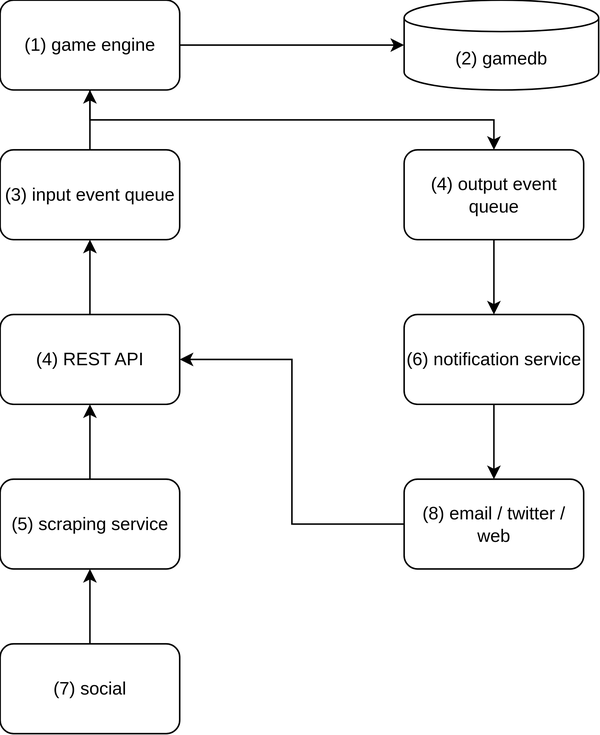
The draw.io diagram stopthevirus_architecture1.svg in un7c0rn/stopthevirus, before a commit. Source tidied: cells renumbered, new cells last; positions are measured from the earlier drawing's top-left corner, leaving out a move shared by most shapes.
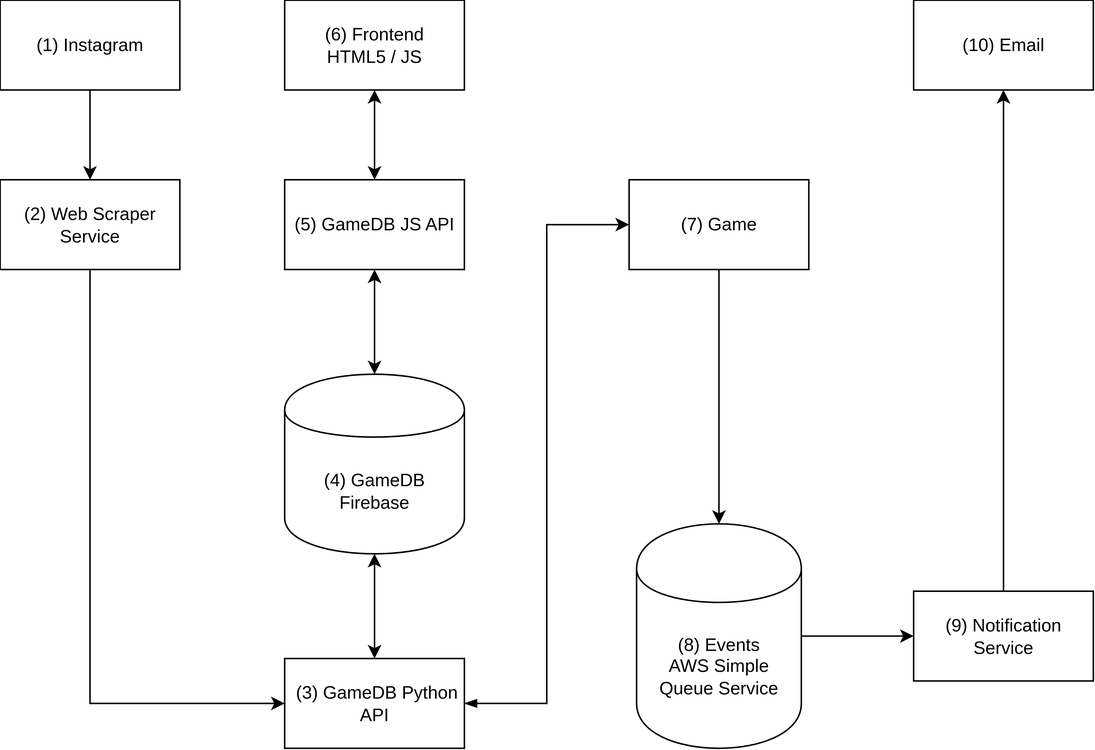
Later version of the same file.

Commit message:
Updated architecture diagram.

The edit, as a diff of the source:
```diff
@@ -2,59 +2,62 @@
   <root>
     <mxCell id="0" />
     <mxCell id="1" parent="0" />
-    <mxCell id="2" style="edgeStyle=orthogonalEdgeStyle;rounded=0;jettySize=auto;html=1;exitX=1;exitY=0.5;exitDx=0;exitDy=0;entryX=0;entryY=0.5;entryDx=0;entryDy=0;" parent="1" edge="1" source="4" target="5">
+    <mxCell id="2" style="edgeStyle=orthogonalEdgeStyle;rounded=0;jettySize=auto;html=1;exitX=0.5;exitY=1;exitDx=0;exitDy=0;entryX=0.5;entryY=0;entryDx=0;entryDy=0;startArrow=classic;startFill=1;" parent="1" edge="1" source="3" target="7">
       <mxGeometry relative="1" as="geometry" />
     </mxCell>
-    <mxCell id="3" style="edgeStyle=orthogonalEdgeStyle;rounded=0;jettySize=auto;html=1;exitX=0.5;exitY=1;exitDx=0;exitDy=0;" parent="1" edge="1" source="4" target="9">
-      <mxGeometry relative="1" as="geometry" />
+    <mxCell id="3" value="(4) GameDB&lt;br&gt;Firebase" style="shape=cylinder;whiteSpace=wrap;html=1;boundedLbl=1;backgroundOutline=1;" parent="1" vertex="1">
+      <mxGeometry x="170" y="220" width="120" height="120" as="geometry" />
     </mxCell>
-    <mxCell id="4" value="(1) game engine" style="rounded=1;whiteSpace=wrap;html=1;" parent="1" vertex="1">
-      <mxGeometry width="120" height="60" as="geometry" />
+    <mxCell id="4" style="edgeStyle=none;rounded=0;jettySize=auto;html=1;exitX=1;exitY=0.5;exitDx=0;exitDy=0;entryX=0;entryY=0.5;entryDx=0;entryDy=0;startArrow=none;startFill=0;" parent="1" edge="1" source="5" target="20">
+      <mxGeometry relative="1" as="geometry" />
     </mxCell>
-    <mxCell id="5" value="(2) gamedb" style="shape=cylinder;whiteSpace=wrap;html=1;boundedLbl=1;backgroundOutline=1;" parent="1" vertex="1">
-      <mxGeometry x="270" width="130" height="60" as="geometry" />
+    <mxCell id="5" value="(8) Events&lt;br&gt;AWS Simple&lt;br&gt;Queue Service" style="shape=cylinder;whiteSpace=wrap;html=1;boundedLbl=1;backgroundOutline=1;" parent="1" vertex="1">
+      <mxGeometry x="405" y="320" width="110" height="150" as="geometry" />
     </mxCell>
-    <mxCell id="6" style="edgeStyle=orthogonalEdgeStyle;rounded=0;jettySize=auto;html=1;exitX=0.5;exitY=0;exitDx=0;exitDy=0;entryX=0.5;entryY=1;entryDx=0;entryDy=0;" parent="1" edge="1" source="7" target="4">
+    <mxCell id="6" style="edgeStyle=orthogonalEdgeStyle;rounded=0;jettySize=auto;html=1;exitX=1;exitY=0.5;exitDx=0;exitDy=0;entryX=0;entryY=0.5;entryDx=0;entryDy=0;startArrow=blockThin;startFill=1;" parent="1" edge="1" source="7" target="9">
       <mxGeometry relative="1" as="geometry" />
     </mxCell>
-    <mxCell id="7" value="(3) input event queue" style="rounded=1;whiteSpace=wrap;html=1;" parent="1" vertex="1">
-      <mxGeometry y="100" width="120" height="60" as="geometry" />
+    <mxCell id="7" value="&amp;nbsp;(3) GameDB Python API" style="rounded=0;whiteSpace=wrap;html=1;" parent="1" vertex="1">
+      <mxGeometry x="170" y="410" width="120" height="60" as="geometry" />
     </mxCell>
-    <mxCell id="8" style="edgeStyle=orthogonalEdgeStyle;rounded=0;jettySize=auto;html=1;exitX=0.5;exitY=1;exitDx=0;exitDy=0;entryX=0.5;entryY=0;entryDx=0;entryDy=0;" parent="1" edge="1" source="9" target="15">
+    <mxCell id="8" style="rounded=0;jettySize=auto;html=1;exitX=0.5;exitY=1;exitDx=0;exitDy=0;entryX=0.5;entryY=0;entryDx=0;entryDy=0;startArrow=none;startFill=0;" parent="1" edge="1" source="9" target="5">
       <mxGeometry relative="1" as="geometry" />
     </mxCell>
-    <mxCell id="9" value="(4) output event queue" style="rounded=1;whiteSpace=wrap;html=1;" parent="1" vertex="1">
-      <mxGeometry x="270" y="100" width="120" height="60" as="geometry" />
+    <mxCell id="9" value="(7) Game" style="rounded=0;whiteSpace=wrap;html=1;" parent="1" vertex="1">
+      <mxGeometry x="400" y="90" width="120" height="60" as="geometry" />
     </mxCell>
-    <mxCell id="10" style="edgeStyle=orthogonalEdgeStyle;rounded=0;jettySize=auto;html=1;exitX=0.5;exitY=0;exitDx=0;exitDy=0;entryX=0.5;entryY=1;entryDx=0;entryDy=0;" parent="1" edge="1" source="11" target="7">
+    <mxCell id="10" style="edgeStyle=orthogonalEdgeStyle;rounded=0;jettySize=auto;html=1;exitX=0.5;exitY=1;exitDx=0;exitDy=0;entryX=0.5;entryY=0;entryDx=0;entryDy=0;startArrow=classic;startFill=1;" parent="1" edge="1" source="11" target="3">
       <mxGeometry relative="1" as="geometry" />
     </mxCell>
-    <mxCell id="11" value="(4) REST API" style="rounded=1;whiteSpace=wrap;html=1;" parent="1" vertex="1">
-      <mxGeometry y="210" width="120" height="60" as="geometry" />
+    <mxCell id="11" value="(5) GameDB JS API" style="rounded=0;whiteSpace=wrap;html=1;" parent="1" vertex="1">
+      <mxGeometry x="170" y="90" width="120" height="60" as="geometry" />
     </mxCell>
-    <mxCell id="12" style="edgeStyle=orthogonalEdgeStyle;rounded=0;jettySize=auto;html=1;exitX=0.5;exitY=0;exitDx=0;exitDy=0;entryX=0.5;entryY=1;entryDx=0;entryDy=0;" parent="1" edge="1" source="13" target="11">
+    <mxCell id="12" style="edgeStyle=none;rounded=0;jettySize=auto;html=1;exitX=0.5;exitY=1;exitDx=0;exitDy=0;entryX=0.5;entryY=0;entryDx=0;entryDy=0;startArrow=none;startFill=0;" parent="1" edge="1" source="13" target="17">
       <mxGeometry relative="1" as="geometry" />
     </mxCell>
-    <mxCell id="13" value="(5) scraping service" style="rounded=1;whiteSpace=wrap;html=1;" parent="1" vertex="1">
-      <mxGeometry y="320" width="120" height="60" as="geometry" />
+    <mxCell id="13" value="(1) Instagram" style="rounded=0;whiteSpace=wrap;html=1;" parent="1" vertex="1">
+      <mxGeometry x="-20" y="-30" width="120" height="60" as="geometry" />
     </mxCell>
-    <mxCell id="14" style="edgeStyle=orthogonalEdgeStyle;rounded=0;jettySize=auto;html=1;exitX=0.5;exitY=1;exitDx=0;exitDy=0;" parent="1" edge="1" source="15" target="17">
+    <mxCell id="14" style="edgeStyle=orthogonalEdgeStyle;rounded=0;jettySize=auto;html=1;exitX=0.5;exitY=1;exitDx=0;exitDy=0;entryX=0.5;entryY=0;entryDx=0;entryDy=0;startArrow=classic;startFill=1;" parent="1" edge="1" source="15" target="11">
       <mxGeometry relative="1" as="geometry" />
     </mxCell>
-    <mxCell id="15" value="(6) notification service" style="rounded=1;whiteSpace=wrap;html=1;" parent="1" vertex="1">
-      <mxGeometry x="270" y="210" width="120" height="60" as="geometry" />
+    <mxCell id="15" value="(6) Frontend&lt;br&gt;HTML5 / JS" style="rounded=0;whiteSpace=wrap;html=1;" parent="1" vertex="1">
+      <mxGeometry x="170" y="-30" width="120" height="60" as="geometry" />
     </mxCell>
-    <mxCell id="16" style="edgeStyle=orthogonalEdgeStyle;rounded=0;jettySize=auto;html=1;exitX=0;exitY=0.5;exitDx=0;exitDy=0;entryX=1;entryY=0.5;entryDx=0;entryDy=0;" parent="1" edge="1" source="17" target="11">
+    <mxCell id="16" style="edgeStyle=orthogonalEdgeStyle;rounded=0;jettySize=auto;html=1;exitX=0.5;exitY=1;exitDx=0;exitDy=0;entryX=0;entryY=0.5;entryDx=0;entryDy=0;startArrow=none;startFill=0;" parent="1" edge="1" source="17" target="7">
       <mxGeometry relative="1" as="geometry" />
     </mxCell>
-    <mxCell id="17" value="(8) email / twitter / web" style="rounded=1;whiteSpace=wrap;html=1;" parent="1" vertex="1">
-      <mxGeometry x="270" y="320" width="120" height="60" as="geometry" />
+    <mxCell id="17" value="(2) Web Scraper&lt;br&gt;Service" style="rounded=0;whiteSpace=wrap;html=1;" parent="1" vertex="1">
+      <mxGeometry x="-20" y="90" width="120" height="60" as="geometry" />
     </mxCell>
-    <mxCell id="18" style="edgeStyle=orthogonalEdgeStyle;rounded=0;jettySize=auto;html=1;exitX=0.5;exitY=0;exitDx=0;exitDy=0;entryX=0.5;entryY=1;entryDx=0;entryDy=0;" parent="1" edge="1" source="19" target="13">
-      <mxGeometry relative="1" as="geometry" />
+    <mxCell id="18" value="(10) Email" style="rounded=0;whiteSpace=wrap;html=1;" parent="1" vertex="1">
+      <mxGeometry x="590" y="-30" width="120" height="60" as="geometry" />
     </mxCell>
-    <mxCell id="19" value="(7) social" style="rounded=1;whiteSpace=wrap;html=1;" parent="1" vertex="1">
-      <mxGeometry y="430" width="120" height="60" as="geometry" />
+    <mxCell id="19" style="edgeStyle=orthogonalEdgeStyle;rounded=0;jettySize=auto;html=1;exitX=0.5;exitY=0;exitDx=0;exitDy=0;entryX=0.5;entryY=1;entryDx=0;entryDy=0;startArrow=none;startFill=0;endArrow=classic;endFill=1;" parent="1" edge="1" source="20" target="18">
+      <mxGeometry relative="1" as="geometry" />
     </mxCell>
+    <mxCell id="20" value="(9) Notification&lt;br&gt;Service" style="rounded=0;whiteSpace=wrap;html=1;" parent="1" vertex="1">
+      <mxGeometry x="590" y="365" width="120" height="60" as="geometry" />
+    </mxCell>
   </root>
 </mxGraphModel>
```
